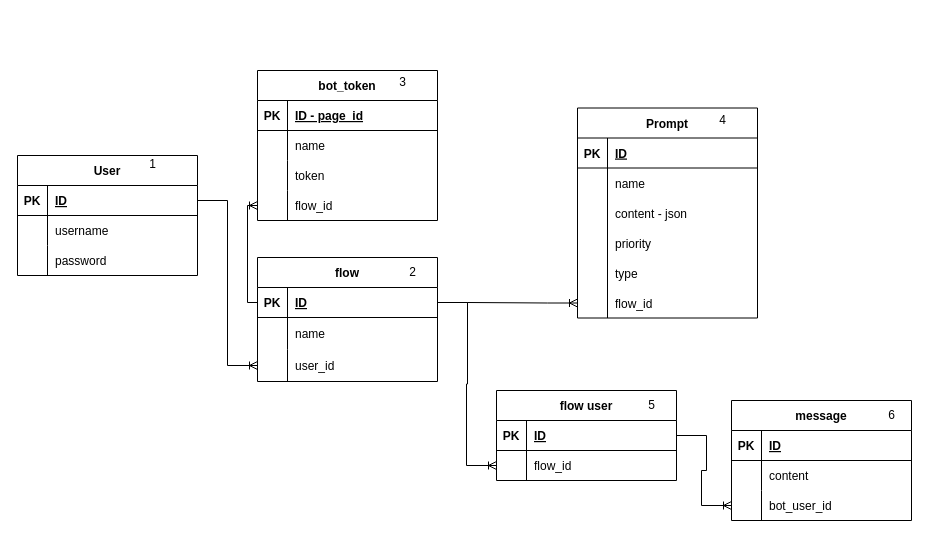
andrew-atef/andrew-atef keeps this draw.io diagram as AI ERD.drawio. Above is the earlier version. Source tidied: cells renumbered, new cells numbered last; positions are measured from the earlier drawing's top-left corner, leaving out a move shared by most shapes. Both pictures are drawn from the tidied source at 100%, with x=0, y=0 at pixel (17, 67).
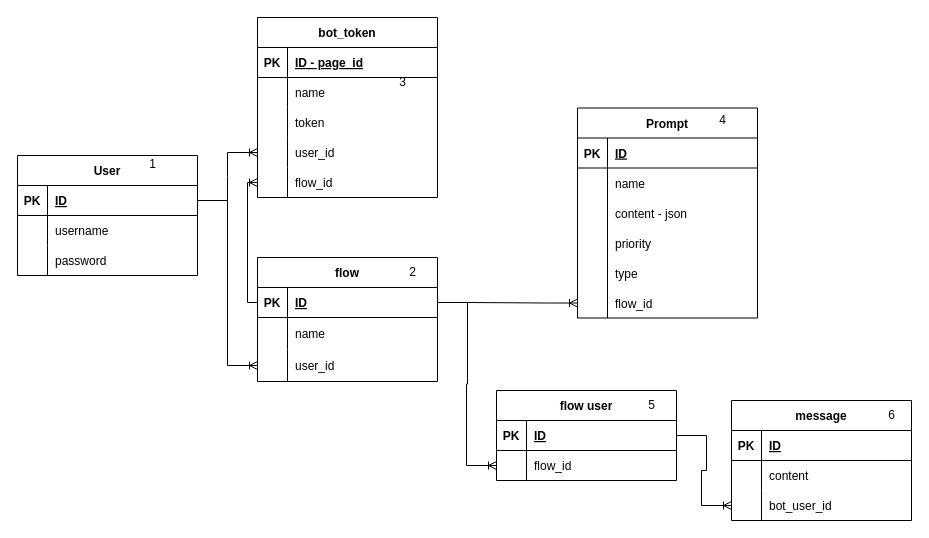
Above is the later version.

Unchanged cells that the change refers to:
```xml
<mxCell id="3" style="shape=tableRow;horizontal=0;startSize=0;swimlaneHead=0;swimlaneBody=0;fillColor=none;points=[[0,0.5],[1,0.5]];portConstraint=eastwest;top=0;left=0;right=0;bottom=1;" parent="2" vertex="1">
  <mxGeometry y="30" width="180" height="30" as="geometry" />
</mxCell>
<mxCell id="32" style="shape=tableRow;horizontal=0;startSize=0;swimlaneHead=0;swimlaneBody=0;fillColor=none;points=[[0,0.5],[1,0.5]];portConstraint=eastwest;top=0;left=0;right=0;bottom=1;" parent="31" vertex="1">
  <mxGeometry y="30" width="180" height="30" as="geometry" />
</mxCell>
<mxCell id="52" style="shape=tableRow;horizontal=0;startSize=0;swimlaneHead=0;swimlaneBody=0;fillColor=none;points=[[0,0.5],[1,0.5]];portConstraint=eastwest;top=0;left=0;right=0;bottom=0;" parent="42" vertex="1">
  <mxGeometry y="120" width="180" height="30" as="geometry" />
</mxCell>
```

Diff of the diagram source:
```diff
@@
     <mxCell id="42" value="bot_token" style="shape=table;startSize=30;childLayout=tableLayout;rowLines=0;fontStyle=1;align=center;" parent="1" vertex="1">
-      <mxGeometry x="240" y="3" width="180" height="150" as="geometry" />
+      <mxGeometry x="240" y="-50" width="180" height="180" as="geometry" />
     </mxCell>
@@
-    <mxCell id="54" value="flow_id" style="shape=partialRectangle;fillColor=none;top=0;left=0;bottom=0;right=0;align=left;spacingLeft=6;overflow=hidden;" parent="52" vertex="1">
+    <mxCell id="54" value="user_id" style="shape=partialRectangle;fillColor=none;top=0;left=0;bottom=0;right=0;align=left;spacingLeft=6;overflow=hidden;" parent="52" vertex="1">
       <mxGeometry x="30" width="150" height="30" as="geometry" />
     </mxCell>
+    <mxCell id="82" style="shape=tableRow;horizontal=0;startSize=0;swimlaneHead=0;swimlaneBody=0;fillColor=none;points=[[0,0.5],[1,0.5]];portConstraint=eastwest;top=0;left=0;right=0;bottom=0;" parent="42" vertex="1">
+      <mxGeometry y="150" width="180" height="30" as="geometry" />
+    </mxCell>
+    <mxCell id="83" style="shape=partialRectangle;fillColor=none;top=0;left=0;bottom=0;right=0;overflow=hidden;" parent="82" vertex="1">
+      <mxGeometry width="30" height="30" as="geometry" />
+    </mxCell>
+    <mxCell id="84" value="flow_id" style="shape=partialRectangle;fillColor=none;top=0;left=0;bottom=0;right=0;align=left;spacingLeft=6;overflow=hidden;" parent="82" vertex="1">
+      <mxGeometry x="30" width="150" height="30" as="geometry" />
+    </mxCell>
@@
-    <mxCell id="80" style="edgeStyle=orthogonalEdgeStyle;fontSize=12;html=1;endArrow=ERoneToMany;rounded=0;exitX=0;exitY=0.5;exitDx=0;exitDy=0;entryX=0;entryY=0.5;entryDx=0;entryDy=0;" parent="1" edge="1" source="32" target="52">
+    <mxCell id="80" style="edgeStyle=orthogonalEdgeStyle;fontSize=12;html=1;endArrow=ERoneToMany;rounded=0;exitX=0;exitY=0.5;exitDx=0;exitDy=0;entryX=0;entryY=0.5;entryDx=0;entryDy=0;" parent="1" edge="1" source="32" target="82">
       <mxGeometry relative="1" as="geometry" />
     </mxCell>
@@
+    <mxCell id="85" style="edgeStyle=entityRelationEdgeStyle;fontSize=12;html=1;endArrow=ERoneToMany;rounded=0;exitX=1;exitY=0.5;exitDx=0;exitDy=0;entryX=0;entryY=0.5;entryDx=0;entryDy=0;" parent="1" edge="1" source="3" target="52">
+      <mxGeometry relative="1" as="geometry" />
+    </mxCell>
```
